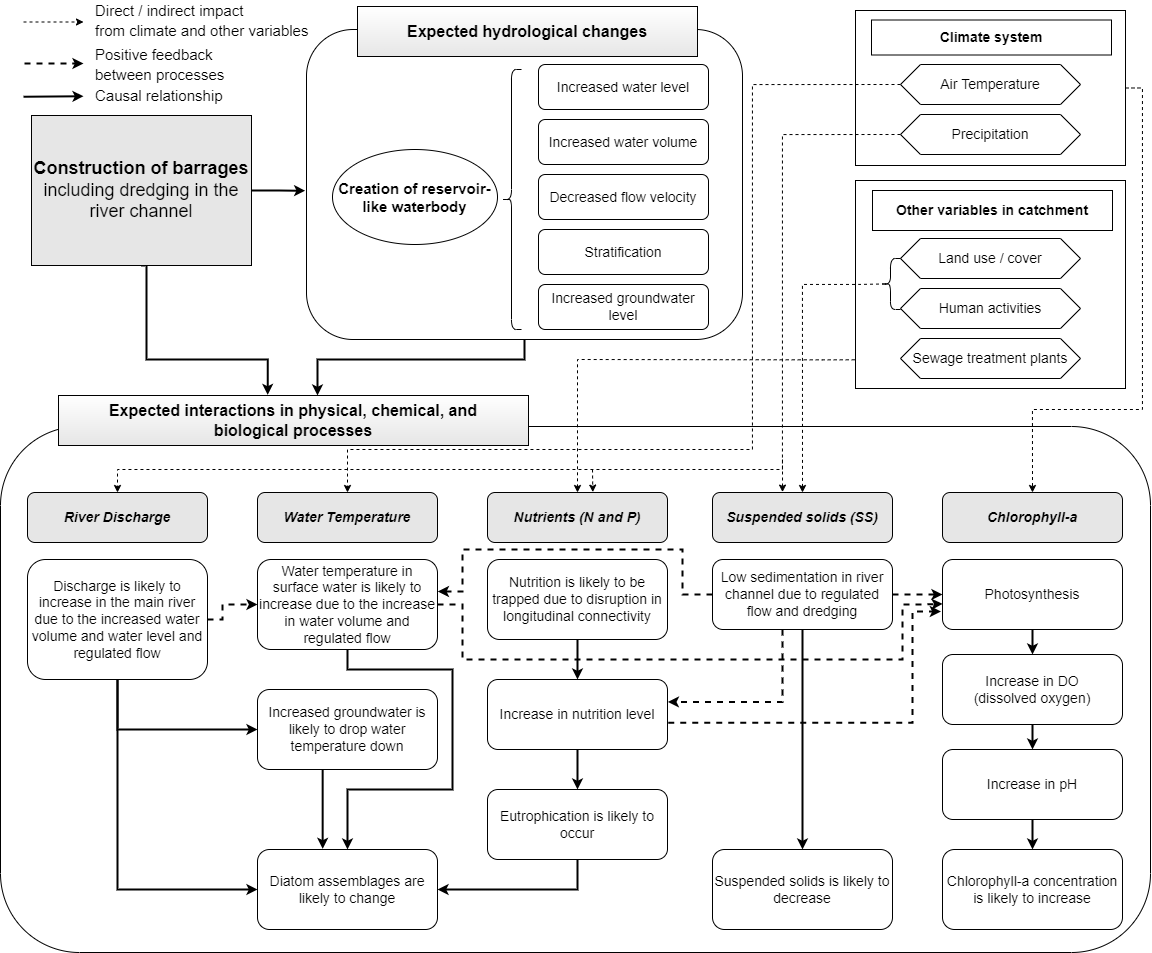
muyeoljung/PhD_Studyarea keeps this draw.io diagram as Chapter 2 Expected changes.png. Above is the earlier version. Source tidied: cells renumbered, new cells last; positions are measured from the earlier drawing's top-left corner, leaving out a move shared by most shapes.
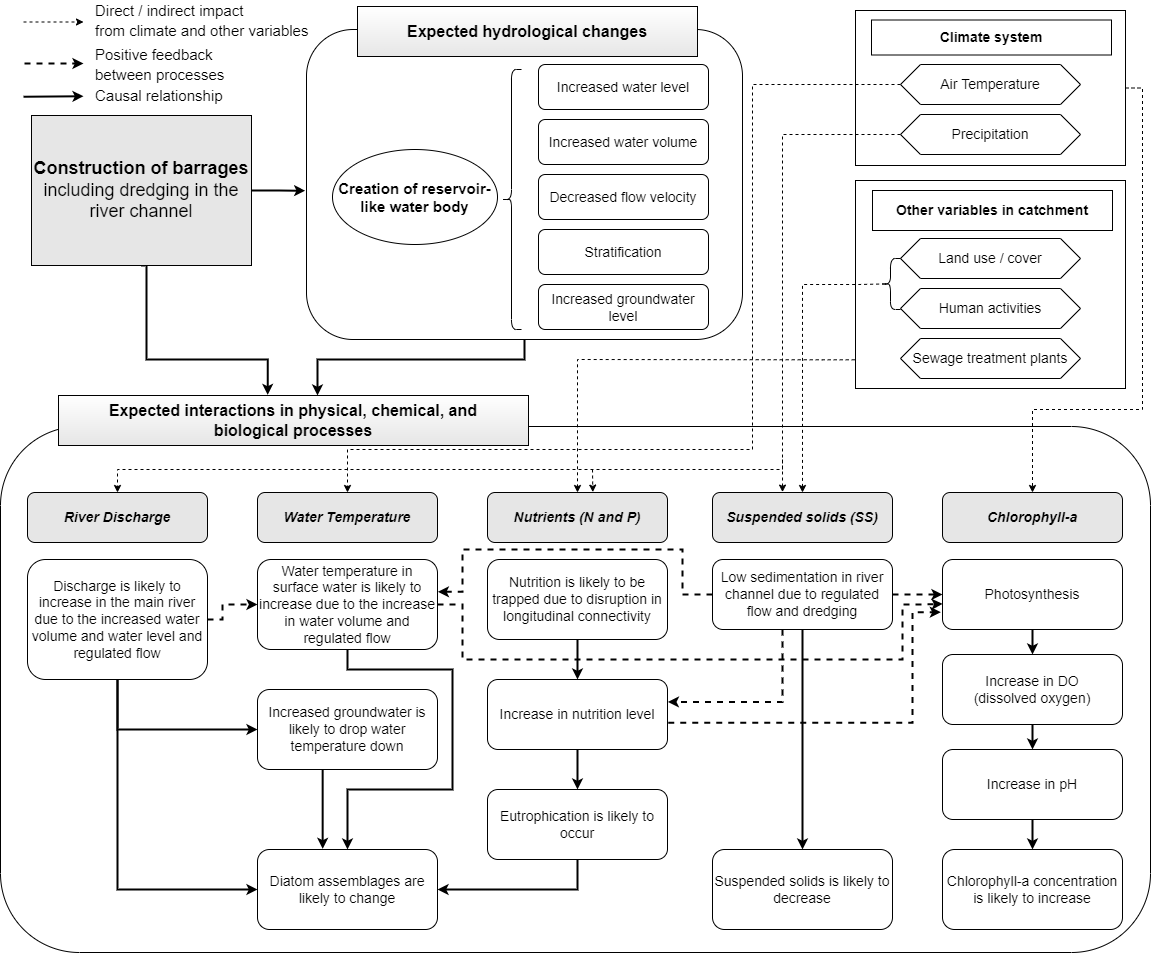
Above is the later version.

Diff of the diagram source:
```diff
@@ -122,7 +122,7 @@
     <mxCell id="31" value="&lt;b&gt;&lt;font style=&quot;font-size: 16px;&quot;&gt;Expected hydrological changes&lt;/font&gt;&lt;/b&gt;" style="rounded=0;whiteSpace=wrap;html=1;fontSize=14;gradientColor=#ffffff;fillColor=#E6E6E6;gradientDirection=north;" parent="1" vertex="1">
       <mxGeometry x="357" y="6" width="340" height="50" as="geometry" />
     </mxCell>
-    <mxCell id="32" value="&lt;font style=&quot;font-size: 15px;&quot;&gt;Creation of reservoir-like waterbody&lt;/font&gt;" style="ellipse;whiteSpace=wrap;html=1;fontSize=14;fontStyle=1;" parent="1" vertex="1">
+    <mxCell id="32" value="&lt;font style=&quot;font-size: 15px;&quot;&gt;Creation of reservoir-like water body&lt;/font&gt;" style="ellipse;whiteSpace=wrap;html=1;fontSize=14;fontStyle=1;" parent="1" vertex="1">
       <mxGeometry x="332" y="149" width="165" height="95" as="geometry" />
     </mxCell>
     <mxCell id="33" value="Increased water level" style="rounded=1;whiteSpace=wrap;html=1;fontSize=14;" parent="1" vertex="1">
```
